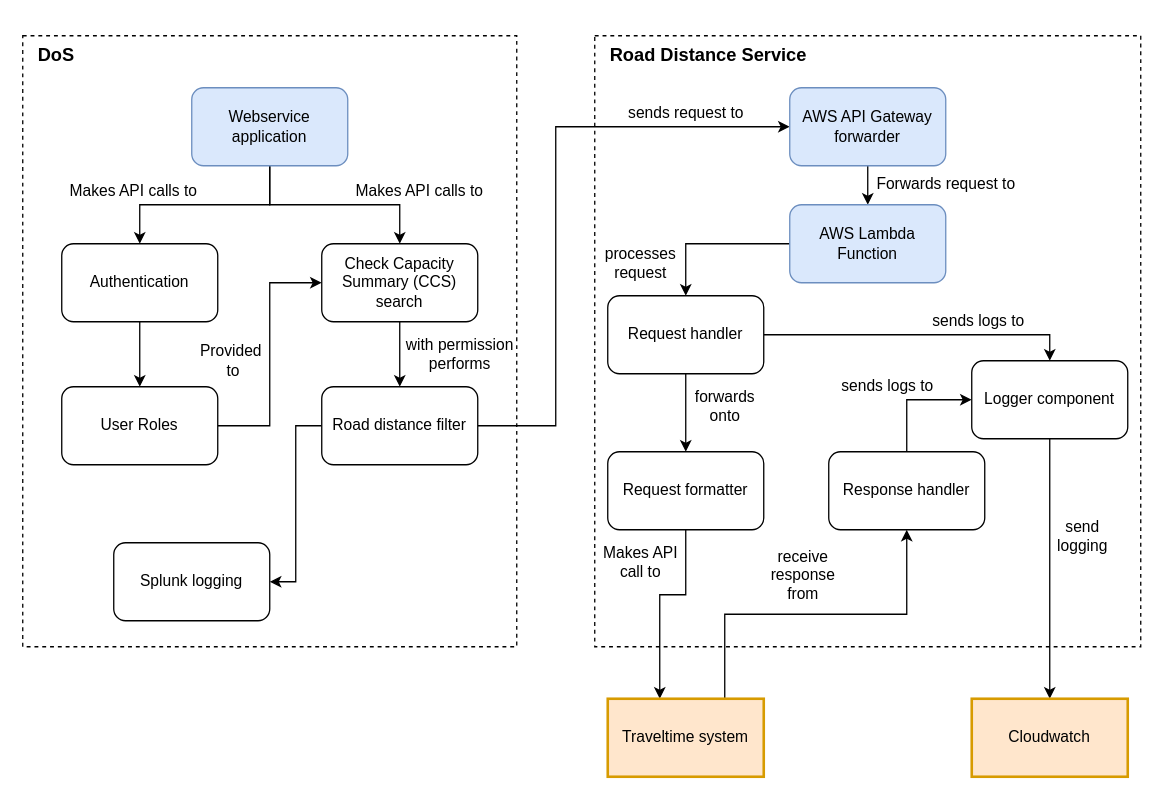
nhsd-exeter/dos-road-distance keeps this draw.io diagram as documentation/diagrams/Road Distance Pilot - 3 Components.drawio. Above is the earlier version. Source tidied: cells renumbered, new cells numbered last; positions are measured from the earlier drawing's top-left corner, leaving out a move shared by most shapes. Both pictures are drawn from the tidied source at 130%, with x=0, y=0 at pixel (22, 22).
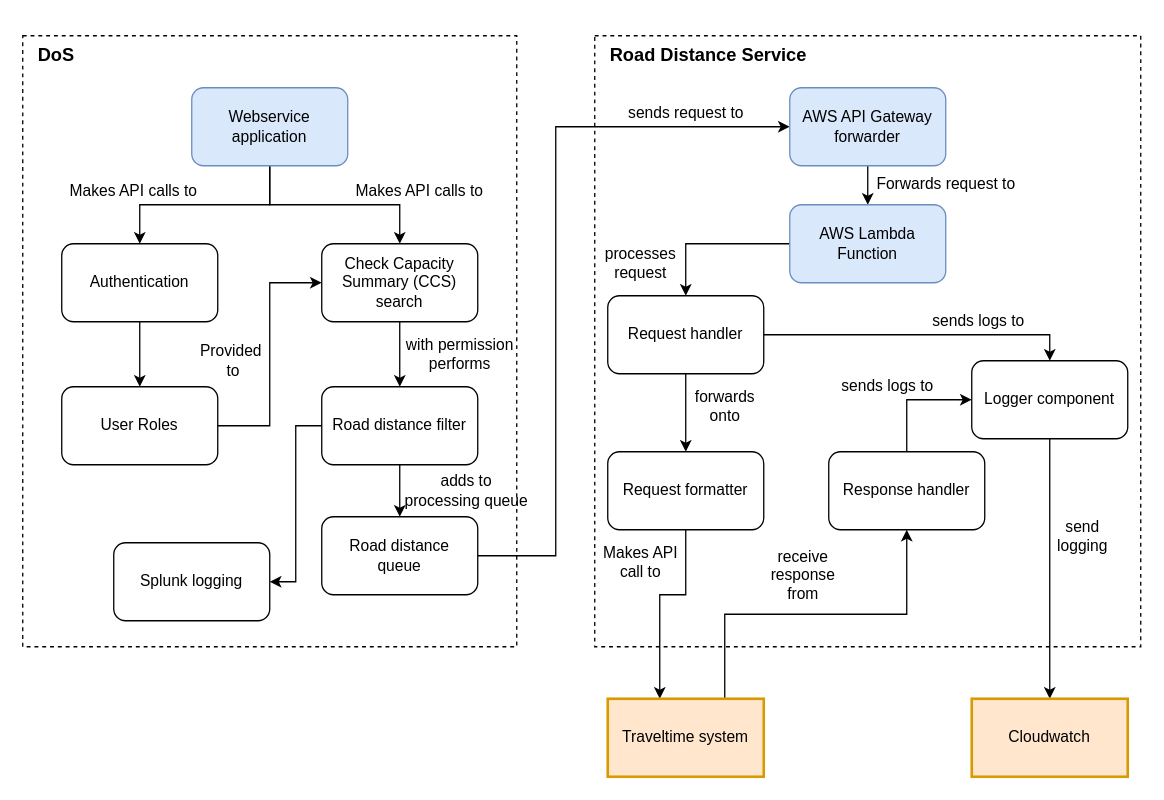
After the change.

Commit message (it also covers changes not shown here):
DSF-5 Moved documentation and updated 2 and 3 to include queue

Unchanged cells that the change refers to:
```xml
<mxCell id="15" value="Road distance filter" style="rounded=1;whiteSpace=wrap;html=1;" parent="1" vertex="1">
  <mxGeometry x="230" y="280" width="120" height="60" as="geometry" />
</mxCell>
<mxCell id="18" value="AWS API Gateway forwarder" style="rounded=1;whiteSpace=wrap;html=1;fillColor=#dae8fc;strokeColor=#6c8ebf;" parent="1" vertex="1">
  <mxGeometry x="590" y="50" width="120" height="60" as="geometry" />
</mxCell>
```

The edit, as a diff of the source:
```diff
@@
-    <mxCell id="14" style="edgeStyle=orthogonalEdgeStyle;rounded=0;jettySize=auto;html=1;entryX=0;entryY=0.5;entryDx=0;entryDy=0;" parent="1" edge="1" source="15" target="18">
+    <mxCell id="14" style="edgeStyle=orthogonalEdgeStyle;rounded=0;jettySize=auto;html=1;entryX=0;entryY=0.5;entryDx=0;entryDy=0;exitX=1;exitY=0.5;exitDx=0;exitDy=0;" parent="1" edge="1" source="49" target="18">
       <mxGeometry relative="1" as="geometry">
         <Array as="points">
-          <mxPoint x="410" y="310" />
+          <mxPoint x="410" y="410" />
           <mxPoint x="410" y="80" />
         </Array>
       </mxGeometry>
     </mxCell>
+    <mxCell id="48" style="edgeStyle=orthogonalEdgeStyle;rounded=0;jettySize=auto;html=1;exitX=0.5;exitY=1;exitDx=0;exitDy=0;entryX=0.5;entryY=0;entryDx=0;entryDy=0;" parent="1" edge="1" source="15" target="49">
+      <mxGeometry relative="1" as="geometry" />
+    </mxCell>
@@
+    <mxCell id="49" value="Road distance &lt;br&gt;queue" style="rounded=1;whiteSpace=wrap;html=1;" parent="1" vertex="1">
+      <mxGeometry x="230" y="380" width="120" height="60" as="geometry" />
+    </mxCell>
+    <mxCell id="50" value="adds to &lt;br&gt;processing queue" style="text;html=1;align=center;verticalAlign=middle;strokeColor=none;" parent="1" vertex="1">
+      <mxGeometry x="286" y="345" width="110" height="30" as="geometry" />
+    </mxCell>
```
